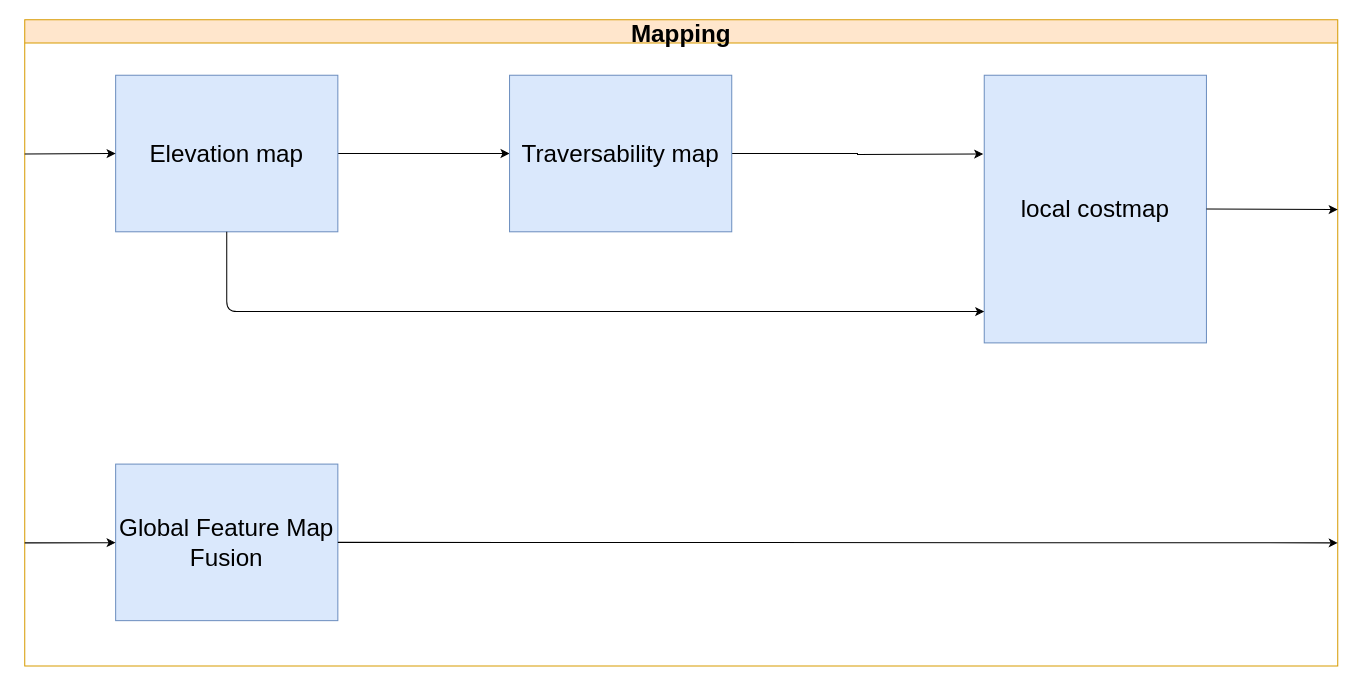
The draw.io diagram page "Mapping" (3 of 3) of TestNav.drawio in ipa-dmo/ipa_outdoor_docu, before the edit. Source tidied: cells renumbered, new cells numbered last; positions are measured from the earlier drawing's top-left corner, leaving out a move shared by most shapes. Both pictures are drawn from the tidied source at 101%, with x=0, y=0 at pixel (24, 19).
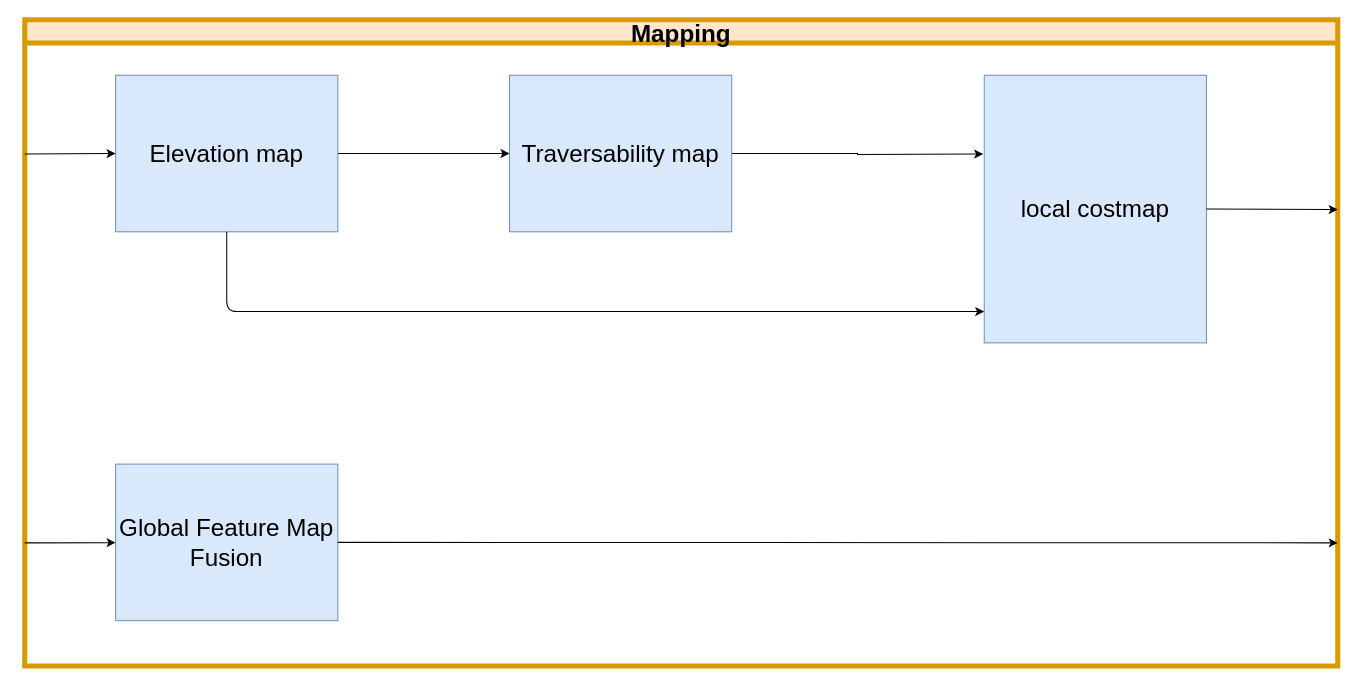
Above is the later version.

The edit, as a diff of the source:
```diff
@@
 <mxGraphModel>
   <root>
     <mxCell id="0" />
     <mxCell id="1" parent="0" />
-    <mxCell id="2" value="Mapping" style="swimlane;fillColor=#ffe6cc;strokeColor=#d79b00;fontSize=24;" parent="1" vertex="1">
+    <mxCell id="2" value="Mapping" style="swimlane;fillColor=#ffe6cc;strokeColor=#d79b00;fontSize=24;strokeWidth=5;" parent="1" vertex="1">
       <mxGeometry width="1300" height="640" as="geometry" />
     </mxCell>
     <mxCell id="3" style="edgeStyle=orthogonalEdgeStyle;rounded=0;jettySize=auto;html=0;verticalAlign=top;" parent="2" edge="1" source="4" target="6">
       <mxGeometry relative="1" as="geometry" />
     </mxCell>
     <mxCell id="4" value="&lt;font style=&quot;font-size: 24px&quot;&gt;Elevation map&lt;/font&gt;" style="whiteSpace=wrap;html=1;fillColor=#dae8fc;strokeColor=#6c8ebf;" parent="2" vertex="1">
       <mxGeometry x="90" y="55" width="220" height="155" as="geometry" />
     </mxCell>
     <mxCell id="5" style="edgeStyle=orthogonalEdgeStyle;rounded=0;jettySize=auto;html=0;verticalAlign=top;" parent="2" edge="1" source="6">
       <mxGeometry relative="1" as="geometry">
         <mxPoint x="949" y="133" as="targetPoint" />
       </mxGeometry>
     </mxCell>
     <mxCell id="6" value="&lt;font style=&quot;font-size: 24px&quot;&gt;Traversability map&lt;/font&gt;" style="whiteSpace=wrap;html=1;fillColor=#dae8fc;strokeColor=#6c8ebf;" parent="2" vertex="1">
       <mxGeometry x="480" y="55" width="220" height="155" as="geometry" />
     </mxCell>
     <mxCell id="7" style="endArrow=classic;html=1;entryX=0;entryY=0.5;entryDx=0;entryDy=0;" parent="2" edge="1" target="4">
       <mxGeometry relative="1" as="geometry">
         <mxPoint y="133" as="sourcePoint" />
       </mxGeometry>
     </mxCell>
     <mxCell id="8" value="&lt;font style=&quot;font-size: 24px&quot;&gt;local costmap&lt;/font&gt;" style="whiteSpace=wrap;html=1;fillColor=#dae8fc;strokeColor=#6c8ebf;" parent="2" vertex="1">
       <mxGeometry x="950" y="55" width="220" height="265" as="geometry" />
     </mxCell>
     <mxCell id="9" style="endArrow=classic;html=1;verticalAlign=top;exitX=0.5;exitY=1;exitDx=0;exitDy=0;entryX=0;entryY=0.883;entryDx=0;entryDy=0;entryPerimeter=0;edgeStyle=orthogonalEdgeStyle;" parent="2" edge="1" source="4" target="8">
       <mxGeometry relative="1" as="geometry" />
     </mxCell>
     <mxCell id="10" value="&lt;font style=&quot;font-size: 24px&quot;&gt;Global Feature Map Fusion&lt;/font&gt;" style="whiteSpace=wrap;html=1;fillColor=#dae8fc;strokeColor=#6c8ebf;" parent="2" vertex="1">
       <mxGeometry x="90" y="440" width="220" height="155" as="geometry" />
     </mxCell>
     <mxCell id="11" style="endArrow=classic;html=1;verticalAlign=top;exitX=1;exitY=0.5;exitDx=0;exitDy=0;" parent="2" edge="1" source="8">
       <mxGeometry relative="1" as="geometry">
         <mxPoint x="1300" y="188" as="targetPoint" />
       </mxGeometry>
     </mxCell>
     <mxCell id="12" style="endArrow=classic;html=1;verticalAlign=top;" parent="2" edge="1" target="10">
       <mxGeometry relative="1" as="geometry">
         <mxPoint y="518" as="sourcePoint" />
       </mxGeometry>
     </mxCell>
     <mxCell id="13" style="endArrow=classic;html=1;verticalAlign=top;exitX=1;exitY=0.5;exitDx=0;exitDy=0;" parent="1" edge="1" source="10">
       <mxGeometry relative="1" as="geometry">
         <mxPoint x="1300" y="518" as="targetPoint" />
       </mxGeometry>
     </mxCell>
   </root>
 </mxGraphModel>
```
